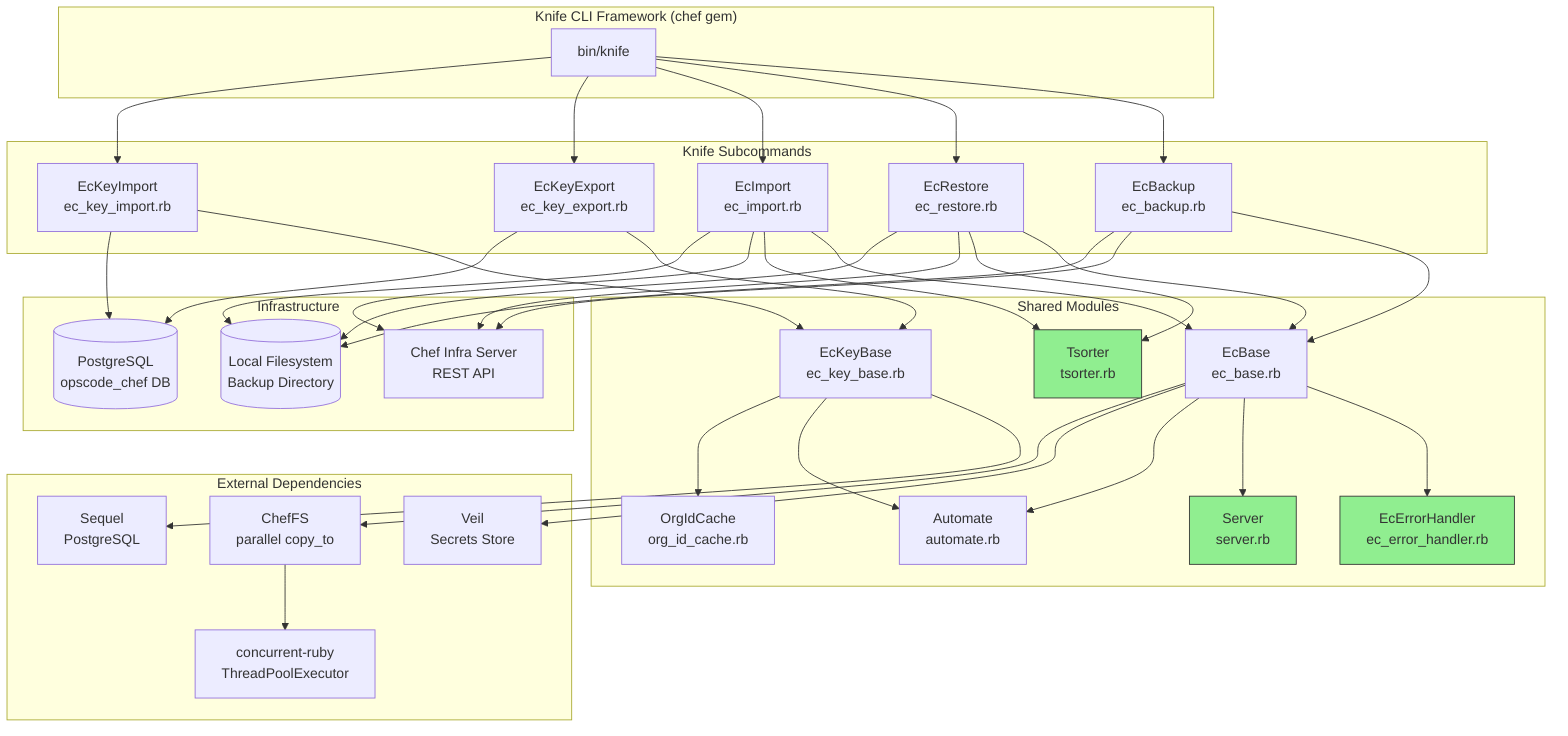
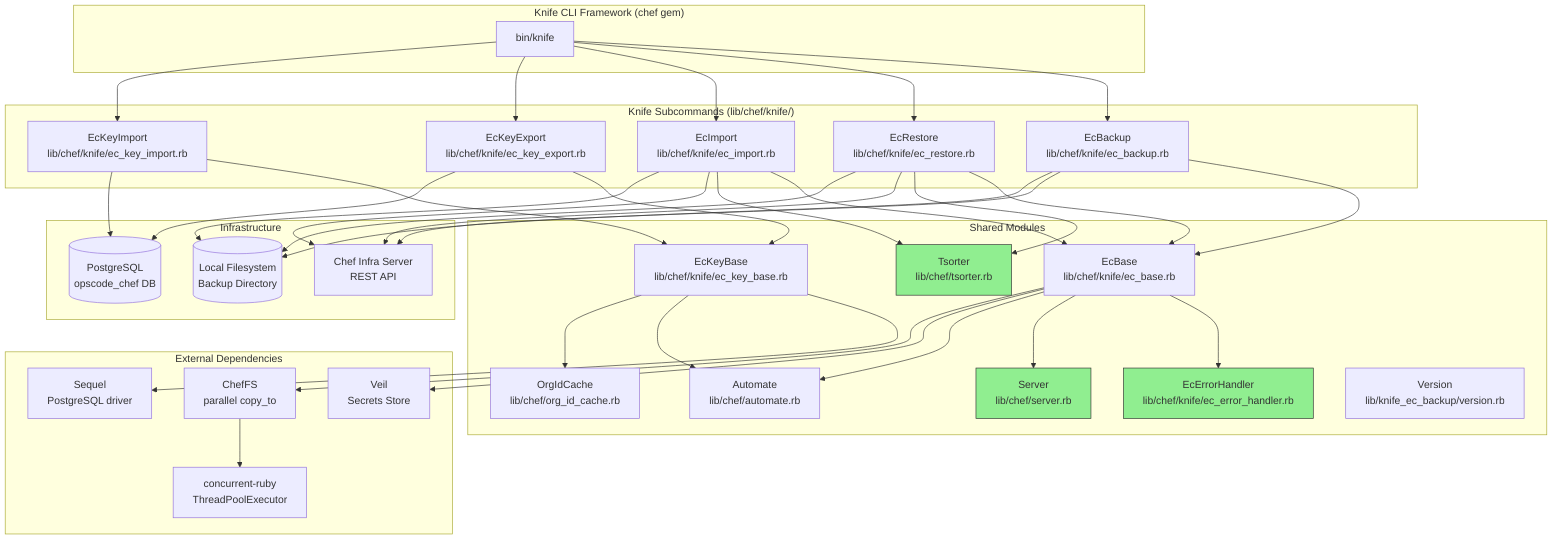
%% knife-ec-backup Architecture Diagram
%% Render with: https://mermaid.live or VS Code Mermaid extension
+ %% CI validation: .github/workflows/build.yml (mermaid-lint job)

graph TD
    subgraph CLI["Knife CLI Framework (chef gem)"]
-         KNIFE[bin/knife]
+         KNIFE["bin/knife"]
    end

-     subgraph Commands["Knife Subcommands"]
-         BACKUP[EcBackup<br/>ec_backup.rb]
-         RESTORE[EcRestore<br/>ec_restore.rb]
-         IMPORT[EcImport<br/>ec_import.rb]
-         KEYEXP[EcKeyExport<br/>ec_key_export.rb]
-         KEYIMP[EcKeyImport<br/>ec_key_import.rb]
+     subgraph Commands["Knife Subcommands (lib/chef/knife/)"]
+         BACKUP["EcBackup<br/>lib/chef/knife/ec_backup.rb"]
+         RESTORE["EcRestore<br/>lib/chef/knife/ec_restore.rb"]
+         IMPORT["EcImport<br/>lib/chef/knife/ec_import.rb"]
+         KEYEXP["EcKeyExport<br/>lib/chef/knife/ec_key_export.rb"]
+         KEYIMP["EcKeyImport<br/>lib/chef/knife/ec_key_import.rb"]
    end

    subgraph Shared["Shared Modules"]
-         BASE[EcBase<br/>ec_base.rb]
-         KEYBASE[EcKeyBase<br/>ec_key_base.rb]
-         ERRH[EcErrorHandler<br/>ec_error_handler.rb]
-         SERVER[Server<br/>server.rb]
-         AUTO[Automate<br/>automate.rb]
-         TSORT[Tsorter<br/>tsorter.rb]
-         ORGCACHE[OrgIdCache<br/>org_id_cache.rb]
+         BASE["EcBase<br/>lib/chef/knife/ec_base.rb"]
+         KEYBASE["EcKeyBase<br/>lib/chef/knife/ec_key_base.rb"]
+         ERRH["EcErrorHandler<br/>lib/chef/knife/ec_error_handler.rb"]
+         SERVER["Server<br/>lib/chef/server.rb"]
+         AUTO["Automate<br/>lib/chef/automate.rb"]
+         TSORT["Tsorter<br/>lib/chef/tsorter.rb"]
+         ORGCACHE["OrgIdCache<br/>lib/chef/org_id_cache.rb"]
+         VERSION["Version<br/>lib/knife_ec_backup/version.rb"]
    end

    subgraph External["External Dependencies"]
-         CHEFFS[ChefFS<br/>parallel copy_to]
-         SEQUEL[Sequel<br/>PostgreSQL]
-         VEIL[Veil<br/>Secrets Store]
-         CONCURRENT[concurrent-ruby<br/>ThreadPoolExecutor]
+         CHEFFS["ChefFS<br/>parallel copy_to"]
+         SEQUEL["Sequel<br/>PostgreSQL driver"]
+         VEIL["Veil<br/>Secrets Store"]
+         CONCURRENT["concurrent-ruby<br/>ThreadPoolExecutor"]
    end

    subgraph Infra["Infrastructure"]
-         CHEFSERVER[Chef Infra Server<br/>REST API]
-         POSTGRES[(PostgreSQL<br/>opscode_chef DB)]
-         DISK[(Local Filesystem<br/>Backup Directory)]
+         CHEFSERVER["Chef Infra Server<br/>REST API"]
+         POSTGRES[("PostgreSQL<br/>opscode_chef DB")]
+         DISK[("Local Filesystem<br/>Backup Directory")]
    end

    KNIFE --> BACKUP
    KNIFE --> RESTORE
    KNIFE --> IMPORT
    KNIFE --> KEYEXP
    KNIFE --> KEYIMP

    BACKUP --> BASE
    RESTORE --> BASE
    IMPORT --> BASE
    KEYEXP --> KEYBASE
    KEYIMP --> KEYBASE

    BASE --> ERRH
    BASE --> SERVER
    BASE --> AUTO
    BASE --> VEIL
    IMPORT --> TSORT
    RESTORE --> TSORT

    KEYBASE --> SEQUEL
    KEYBASE --> AUTO
    KEYBASE --> ORGCACHE

    BASE --> CHEFFS
    CHEFFS --> CONCURRENT

    BACKUP --> CHEFSERVER
    BACKUP --> DISK
    RESTORE --> CHEFSERVER
    RESTORE --> DISK
    IMPORT --> CHEFSERVER
    IMPORT --> DISK
    KEYEXP --> POSTGRES
    KEYIMP --> POSTGRES

    style ERRH fill:#90EE90,stroke:#333
    style TSORT fill:#90EE90,stroke:#333
    style SERVER fill:#90EE90,stroke:#333
